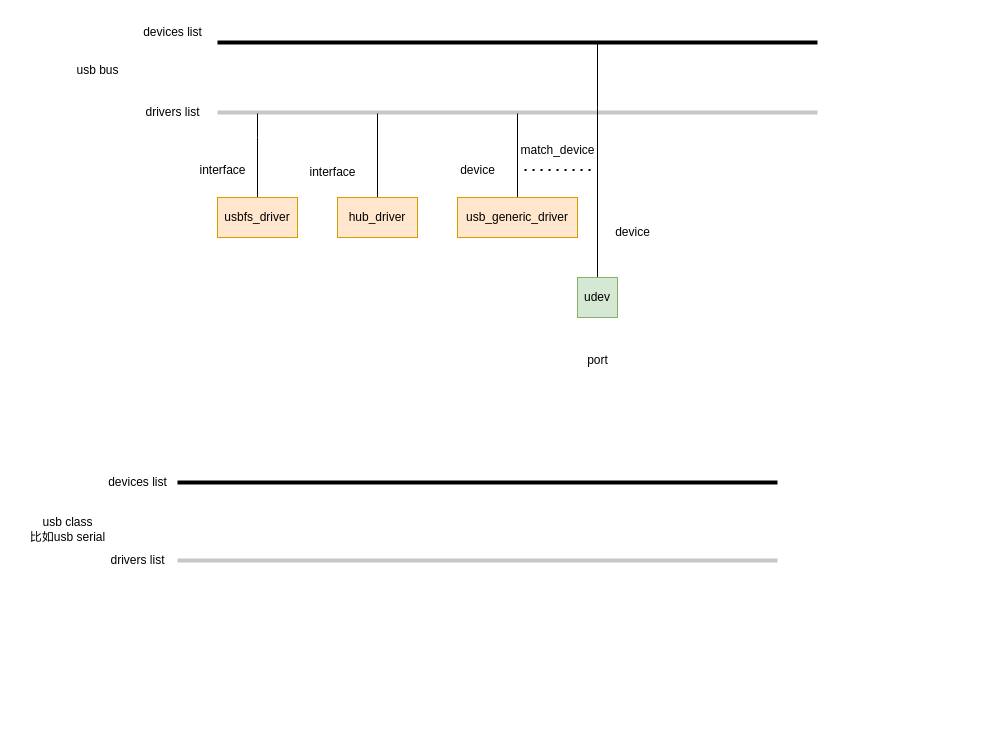
Vinson-001/Blog-flow-chart keeps this draw.io diagram as page "usb bus 模型" (2 of 3) of linux usb 串口驱动框架.drawio. Above is the earlier version. Source tidied: cells renumbered, new cells numbered last; positions are measured from the earlier drawing's top-left corner, leaving out a move shared by most shapes. Both pictures are drawn from the tidied source at 100%, with x=0, y=0 at pixel (17, 17).
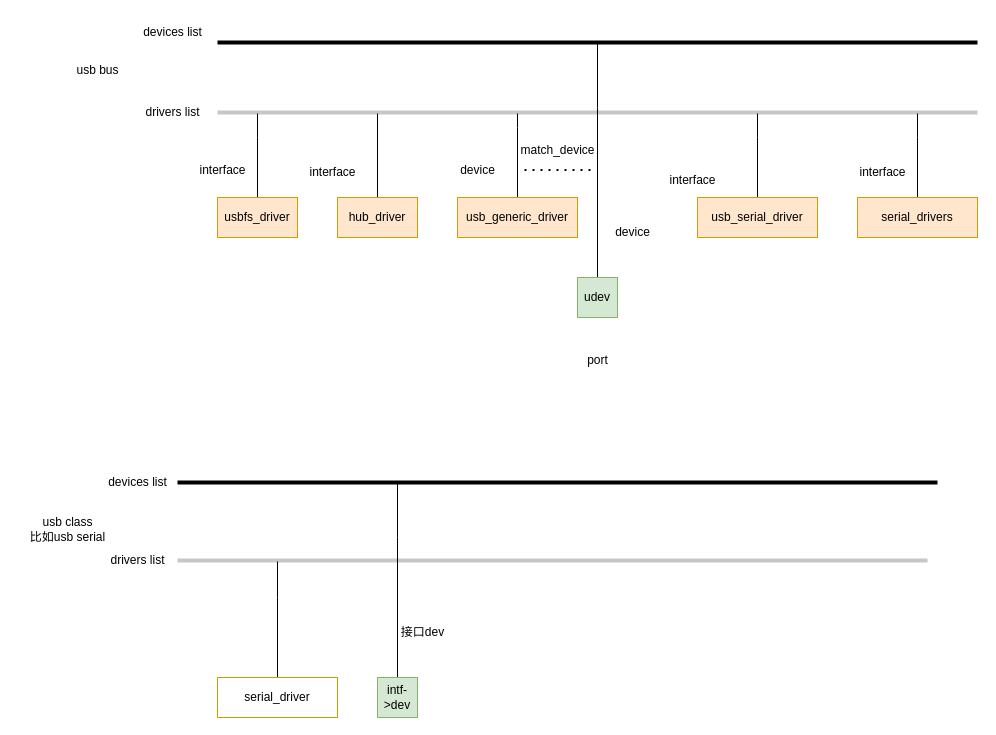
After the change.

The change refers to these unchanged cells:
```xml
<mxCell id="12" value="usb_generic_driver" style="rounded=0;whiteSpace=wrap;html=1;fillColor=#ffe6cc;strokeColor=#d79b00;" parent="1" vertex="1">
  <mxGeometry x="440" y="180" width="120" height="40" as="geometry" />
</mxCell>
```

The edit, as a diff of the source:
```diff
@@
     <mxCell id="2" style="line;strokeWidth=4;html=1;perimeter=backbonePerimeter;points=[];outlineConnect=0;" parent="1" vertex="1">
-      <mxGeometry x="200" y="20" width="600" height="10" as="geometry" />
+      <mxGeometry x="200" y="20" width="760" height="10" as="geometry" />
     </mxCell>
     <mxCell id="3" style="line;strokeWidth=4;html=1;perimeter=backbonePerimeter;points=[];outlineConnect=0;strokeColor=#C7C7C7;" parent="1" vertex="1">
-      <mxGeometry x="200" y="90" width="600" height="10" as="geometry" />
+      <mxGeometry x="200" y="90" width="760" height="10" as="geometry" />
     </mxCell>
@@
     <mxCell id="11" style="edgeStyle=orthogonalEdgeStyle;rounded=0;jettySize=auto;html=1;exitX=0.5;exitY=0;exitDx=0;exitDy=0;endArrow=none;endFill=0;" parent="1" edge="1" source="12" target="3">
-      <mxGeometry relative="1" as="geometry" />
+      <mxGeometry relative="1" as="geometry">
+        <Array as="points">
+          <mxPoint x="500" y="110" />
+          <mxPoint x="500" y="110" />
+        </Array>
+      </mxGeometry>
     </mxCell>
@@
     <mxCell id="19" style="line;strokeWidth=4;html=1;perimeter=backbonePerimeter;points=[];outlineConnect=0;" parent="1" vertex="1">
-      <mxGeometry x="160" y="460" width="600" height="10" as="geometry" />
+      <mxGeometry x="160" y="460" width="760" height="10" as="geometry" />
     </mxCell>
     <mxCell id="20" style="line;strokeWidth=4;html=1;perimeter=backbonePerimeter;points=[];outlineConnect=0;strokeColor=#C7C7C7;" parent="1" vertex="1">
-      <mxGeometry x="160" y="538" width="600" height="10" as="geometry" />
+      <mxGeometry x="160" y="538" width="750" height="10" as="geometry" />
     </mxCell>
@@
+    <mxCell id="27" style="edgeStyle=orthogonalEdgeStyle;rounded=0;jettySize=auto;html=1;exitX=0.5;exitY=0;exitDx=0;exitDy=0;endArrow=none;endFill=0;" parent="1" edge="1" source="28" target="3">
+      <mxGeometry relative="1" as="geometry">
+        <Array as="points">
+          <mxPoint x="740" y="120" />
+          <mxPoint x="740" y="120" />
+        </Array>
+      </mxGeometry>
+    </mxCell>
+    <mxCell id="28" value="usb_serial_driver" style="rounded=0;whiteSpace=wrap;html=1;fillColor=#ffe6cc;strokeColor=#d79b00;" parent="1" vertex="1">
+      <mxGeometry x="680" y="180" width="120" height="40" as="geometry" />
+    </mxCell>
+    <mxCell id="29" value="interface" style="text;html=1;align=center;verticalAlign=middle;strokeColor=none;fillColor=none;" parent="1" vertex="1">
+      <mxGeometry x="640" y="148" width="70" height="30" as="geometry" />
+    </mxCell>
+    <mxCell id="30" style="edgeStyle=orthogonalEdgeStyle;rounded=0;jettySize=auto;html=1;exitX=0.5;exitY=0;exitDx=0;exitDy=0;endArrow=none;endFill=0;" parent="1" edge="1" source="31" target="3">
+      <mxGeometry relative="1" as="geometry">
+        <Array as="points">
+          <mxPoint x="900" y="120" />
+          <mxPoint x="900" y="120" />
+        </Array>
+      </mxGeometry>
+    </mxCell>
+    <mxCell id="31" value="serial_drivers" style="rounded=0;whiteSpace=wrap;html=1;fillColor=#ffe6cc;strokeColor=#d79b00;" parent="1" vertex="1">
+      <mxGeometry x="840" y="180" width="120" height="40" as="geometry" />
+    </mxCell>
+    <mxCell id="32" value="interface" style="text;html=1;align=center;verticalAlign=middle;strokeColor=none;fillColor=none;" parent="1" vertex="1">
+      <mxGeometry x="830" y="140" width="70" height="30" as="geometry" />
+    </mxCell>
+    <mxCell id="33" style="edgeStyle=orthogonalEdgeStyle;rounded=0;jettySize=auto;html=1;exitX=0.5;exitY=0;exitDx=0;exitDy=0;endArrow=none;endFill=0;" parent="1" edge="1" source="34" target="20">
+      <mxGeometry relative="1" as="geometry">
+        <Array as="points">
+          <mxPoint x="260" y="580" />
+          <mxPoint x="260" y="580" />
+        </Array>
+      </mxGeometry>
+    </mxCell>
+    <mxCell id="34" value="serial_driver" style="rounded=0;whiteSpace=wrap;html=1;fillColor=none;strokeColor=#d79b00;" parent="1" vertex="1">
+      <mxGeometry x="200" y="660" width="120" height="40" as="geometry" />
+    </mxCell>
+    <mxCell id="35" style="edgeStyle=orthogonalEdgeStyle;rounded=0;jettySize=auto;html=1;exitX=0.5;exitY=0;exitDx=0;exitDy=0;endArrow=none;endFill=0;" parent="1" edge="1" source="36" target="19">
+      <mxGeometry relative="1" as="geometry">
+        <Array as="points">
+          <mxPoint x="380" y="520" />
+          <mxPoint x="380" y="520" />
+        </Array>
+      </mxGeometry>
+    </mxCell>
+    <mxCell id="36" value="intf-&amp;gt;dev" style="rounded=0;whiteSpace=wrap;html=1;fillColor=#d5e8d4;strokeColor=#82b366;" parent="1" vertex="1">
+      <mxGeometry x="360" y="660" width="40" height="40" as="geometry" />
+    </mxCell>
+    <mxCell id="37" value="接口dev" style="text;html=1;align=center;verticalAlign=middle;strokeColor=none;fillColor=none;" parent="1" vertex="1">
+      <mxGeometry x="370" y="600" width="70" height="30" as="geometry" />
+    </mxCell>
```
